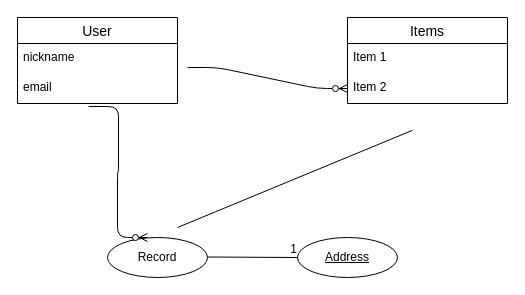
Earlier version of the draw.io diagram test.dio (ShotaroW/furima--28617-). Source tidied: cells renumbered, new cells numbered last; positions are measured from the earlier drawing's top-left corner, leaving out a move shared by most shapes. Both pictures are drawn from the tidied source at 100%, with x=0, y=0 at pixel (17, 17).
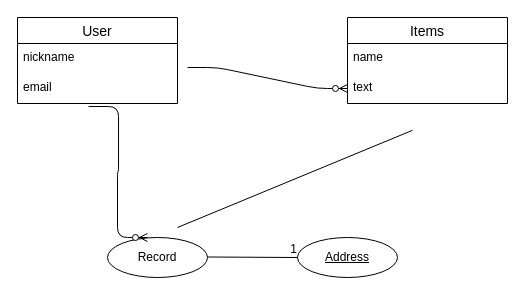
The same diagram, later.

Change to the diagram source:
```diff
@@
 <mxGraphModel>
   <root>
     <mxCell id="0" />
     <mxCell id="1" parent="0" />
     <mxCell id="2" value="User" style="swimlane;fontStyle=0;horizontal=1;startSize=26;align=center;fontSize=14;" parent="1" vertex="1">
       <mxGeometry width="160" height="86" as="geometry" />
     </mxCell>
     <mxCell id="3" value="nickname" style="text;strokeColor=none;fillColor=none;spacingLeft=4;spacingRight=4;overflow=hidden;fontSize=12;" parent="2" vertex="1">
       <mxGeometry y="26" width="160" height="30" as="geometry" />
     </mxCell>
     <mxCell id="4" value="email" style="text;strokeColor=none;fillColor=none;spacingLeft=4;spacingRight=4;overflow=hidden;points=[[0,0.5],[1,0.5]];portConstraint=eastwest;fontSize=12;" parent="2" vertex="1">
       <mxGeometry y="56" width="160" height="30" as="geometry" />
     </mxCell>
     <mxCell id="5" value="Record" style="ellipse;whiteSpace=wrap;html=1;align=center;" parent="1" vertex="1">
       <mxGeometry x="90" y="220" width="100" height="40" as="geometry" />
     </mxCell>
     <mxCell id="6" value="Address" style="ellipse;whiteSpace=wrap;html=1;align=center;fontStyle=4;" parent="1" vertex="1">
       <mxGeometry x="280" y="220" width="100" height="40" as="geometry" />
     </mxCell>
     <mxCell id="7" style="edgeStyle=entityRelationEdgeStyle;fontSize=12;html=1;endArrow=ERzeroToMany;endFill=1;entryX=0;entryY=0.5;entryDx=0;entryDy=0;" parent="1" edge="1" target="14">
       <mxGeometry relative="1" as="geometry">
         <mxPoint x="170" y="50" as="sourcePoint" />
       </mxGeometry>
     </mxCell>
     <mxCell id="8" style="endArrow=none;html=1;rounded=0;" parent="1" edge="1">
       <mxGeometry relative="1" as="geometry">
         <mxPoint x="190" y="239.5" as="sourcePoint" />
         <mxPoint x="280" y="240" as="targetPoint" />
       </mxGeometry>
     </mxCell>
     <mxCell id="9" value="1" style="html=1;align=right;verticalAlign=bottom;" parent="8" vertex="1">
       <mxGeometry x="1" relative="1" as="geometry" />
     </mxCell>
     <mxCell id="10" style="edgeStyle=entityRelationEdgeStyle;fontSize=12;html=1;endArrow=ERzeroToMany;endFill=1;exitX=0.444;exitY=1.1;exitDx=0;exitDy=0;exitPerimeter=0;" parent="1" edge="1" source="4">
       <mxGeometry relative="1" as="geometry">
         <mxPoint x="130" y="220" as="targetPoint" />
       </mxGeometry>
     </mxCell>
     <mxCell id="11" style="endArrow=none;html=1;rounded=0;entryX=0.469;entryY=1.056;entryDx=0;entryDy=0;entryPerimeter=0;" parent="1" edge="1">
       <mxGeometry relative="1" as="geometry">
         <mxPoint x="160" y="210" as="sourcePoint" />
         <mxPoint x="395" y="112.8" as="targetPoint" />
       </mxGeometry>
     </mxCell>
     <mxCell id="12" value="Items" style="swimlane;fontStyle=0;horizontal=1;startSize=26;align=center;fontSize=14;" parent="1" vertex="1">
       <mxGeometry x="330" width="160" height="86" as="geometry" />
     </mxCell>
-    <mxCell id="13" value="Item 1" style="text;strokeColor=none;fillColor=none;spacingLeft=4;spacingRight=4;overflow=hidden;fontSize=12;" parent="12" vertex="1">
+    <mxCell id="13" value="name" style="text;strokeColor=none;fillColor=none;spacingLeft=4;spacingRight=4;overflow=hidden;fontSize=12;" parent="12" vertex="1">
       <mxGeometry y="26" width="160" height="30" as="geometry" />
     </mxCell>
-    <mxCell id="14" value="Item 2" style="text;strokeColor=none;fillColor=none;spacingLeft=4;spacingRight=4;overflow=hidden;points=[[0,0.5],[1,0.5]];portConstraint=eastwest;fontSize=12;" parent="12" vertex="1">
+    <mxCell id="14" value="text" style="text;strokeColor=none;fillColor=none;spacingLeft=4;spacingRight=4;overflow=hidden;points=[[0,0.5],[1,0.5]];portConstraint=eastwest;fontSize=12;" parent="12" vertex="1">
       <mxGeometry y="56" width="160" height="30" as="geometry" />
     </mxCell>
   </root>
 </mxGraphModel>
```
